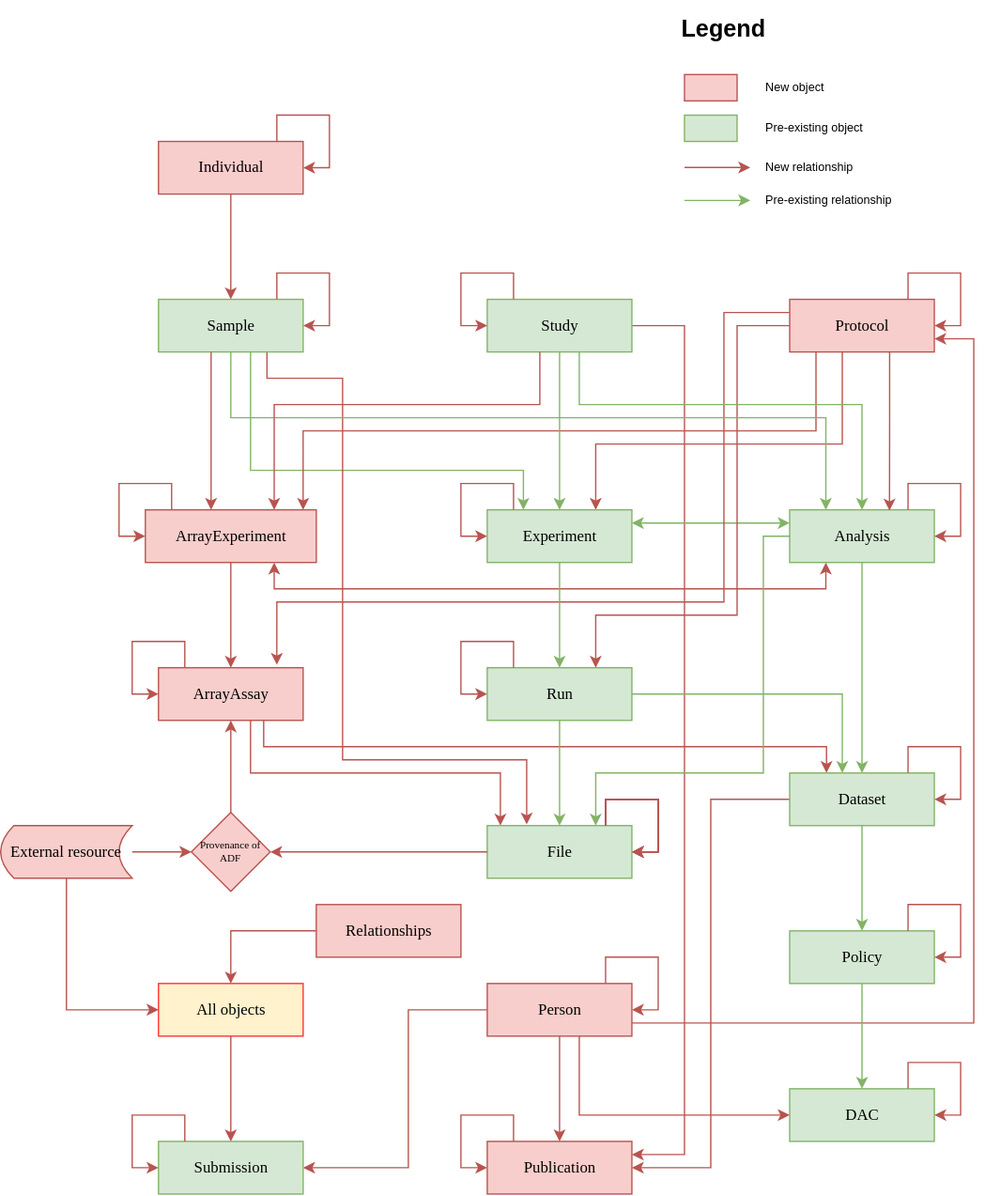
Earlier version of the draw.io export docs/metadata_model/diagrams/20211126_EGA_Metadata_Model.drawio.svg (EbiEga/ega-metadata-schema). Source tidied: cells renumbered, new cells last; positions are measured from the earlier drawing's top-left corner, leaving out a move shared by most shapes.
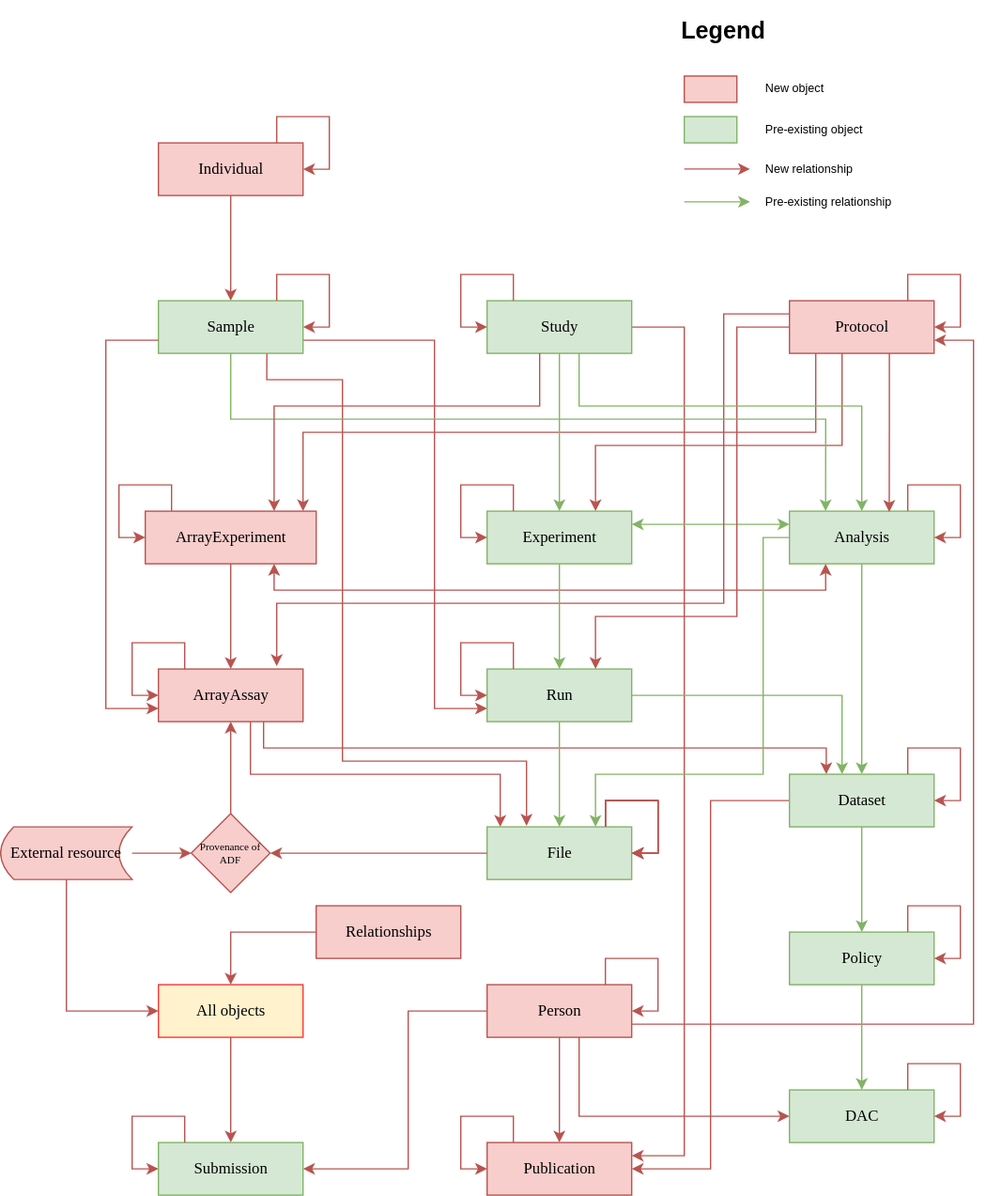
Above is the later version.

Commit message:
EE-2212 - Changed the metadata diagram Changed two links: from samples to runs and assays instead of experiments.

What changed in the source:
```diff
@@ -104,11 +104,11 @@
     <mxCell id="21" value="Individual" style="html=1;fontFamily=Lucida Console;fillColor=#f8cecc;strokeColor=#b85450;" parent="1" vertex="1">
       <mxGeometry x="120" y="100" width="110" height="40" as="geometry" />
     </mxCell>
-    <mxCell id="22" style="edgeStyle=orthogonalEdgeStyle;rounded=0;jettySize=auto;html=1;entryX=0.25;entryY=0;entryDx=0;entryDy=0;fontFamily=Lucida Console;fontSize=9;fillColor=#d5e8d4;strokeColor=#82b366;" parent="1" edge="1" source="24" target="32">
+    <mxCell id="22" style="edgeStyle=orthogonalEdgeStyle;rounded=0;jettySize=auto;html=1;entryX=0;entryY=0.75;entryDx=0;entryDy=0;fontFamily=Lucida Console;fontSize=9;fillColor=#f8cecc;strokeColor=#b85450;exitX=1;exitY=0.75;exitDx=0;exitDy=0;" parent="1" edge="1" source="24" target="35">
       <mxGeometry relative="1" as="geometry">
         <Array as="points">
-          <mxPoint x="190" y="350" />
-          <mxPoint x="398" y="350" />
+          <mxPoint x="330" y="250" />
+          <mxPoint x="330" y="530" />
         </Array>
       </mxGeometry>
     </mxCell>
@@ -235,14 +235,6 @@
         </Array>
       </mxGeometry>
     </mxCell>
-    <mxCell id="47" style="edgeStyle=orthogonalEdgeStyle;rounded=0;jettySize=auto;html=1;fontFamily=Lucida Console;fontSize=9;fillColor=#f8cecc;strokeColor=#b85450;" parent="1" edge="1" source="24">
-      <mxGeometry relative="1" as="geometry">
-        <mxPoint x="160" y="380" as="targetPoint" />
-        <Array as="points">
-          <mxPoint x="160" y="380" />
-        </Array>
-      </mxGeometry>
-    </mxCell>
     <mxCell id="48" style="edgeStyle=orthogonalEdgeStyle;rounded=0;jettySize=auto;html=1;entryX=0.25;entryY=0;entryDx=0;entryDy=0;fontFamily=Lucida Console;fontSize=9;fillColor=#d5e8d4;strokeColor=#82b366;" parent="1" edge="1" source="24" target="27">
       <mxGeometry relative="1" as="geometry">
         <Array as="points">
@@ -539,5 +531,13 @@
     <mxCell id="86" value="Pre-existing relationship" style="text;html=1;strokeColor=none;fillColor=none;align=left;verticalAlign=middle;whiteSpace=wrap;rounded=0;fontFamily=Helvetica;fontSize=9;" parent="1" vertex="1">
       <mxGeometry x="580" y="130" width="105" height="30" as="geometry" />
     </mxCell>
+    <mxCell id="87" style="edgeStyle=orthogonalEdgeStyle;rounded=0;jettySize=auto;html=1;fontFamily=Lucida Console;fontSize=9;fillColor=#f8cecc;strokeColor=#b85450;entryX=0;entryY=0.75;entryDx=0;entryDy=0;exitX=0;exitY=0.75;exitDx=0;exitDy=0;" parent="1" edge="1" source="24" target="10">
+      <mxGeometry relative="1" as="geometry">
+        <Array as="points">
+          <mxPoint x="80" y="250" />
+          <mxPoint x="80" y="530" />
+        </Array>
+      </mxGeometry>
+    </mxCell>
   </root>
 </mxGraphModel>
```
